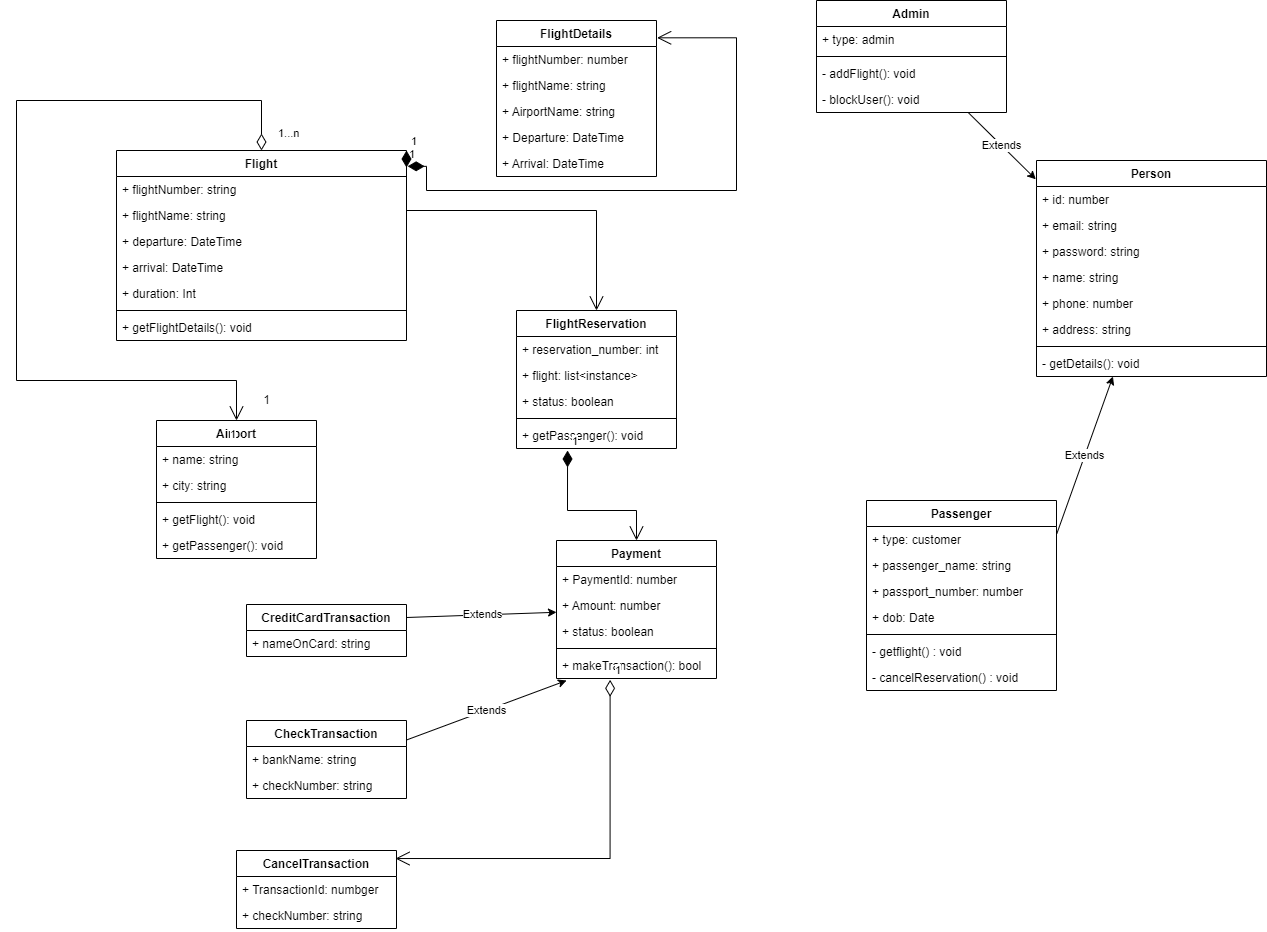
This is Java Core 11/AirlineReservationSystem.drawio.drawio.png from Ayu-Github07/Assignments, a draw.io export, as it was before one commit. Source tidied: cells renumbered, new cells last; positions are measured from the earlier drawing's top-left corner, leaving out a move shared by most shapes.
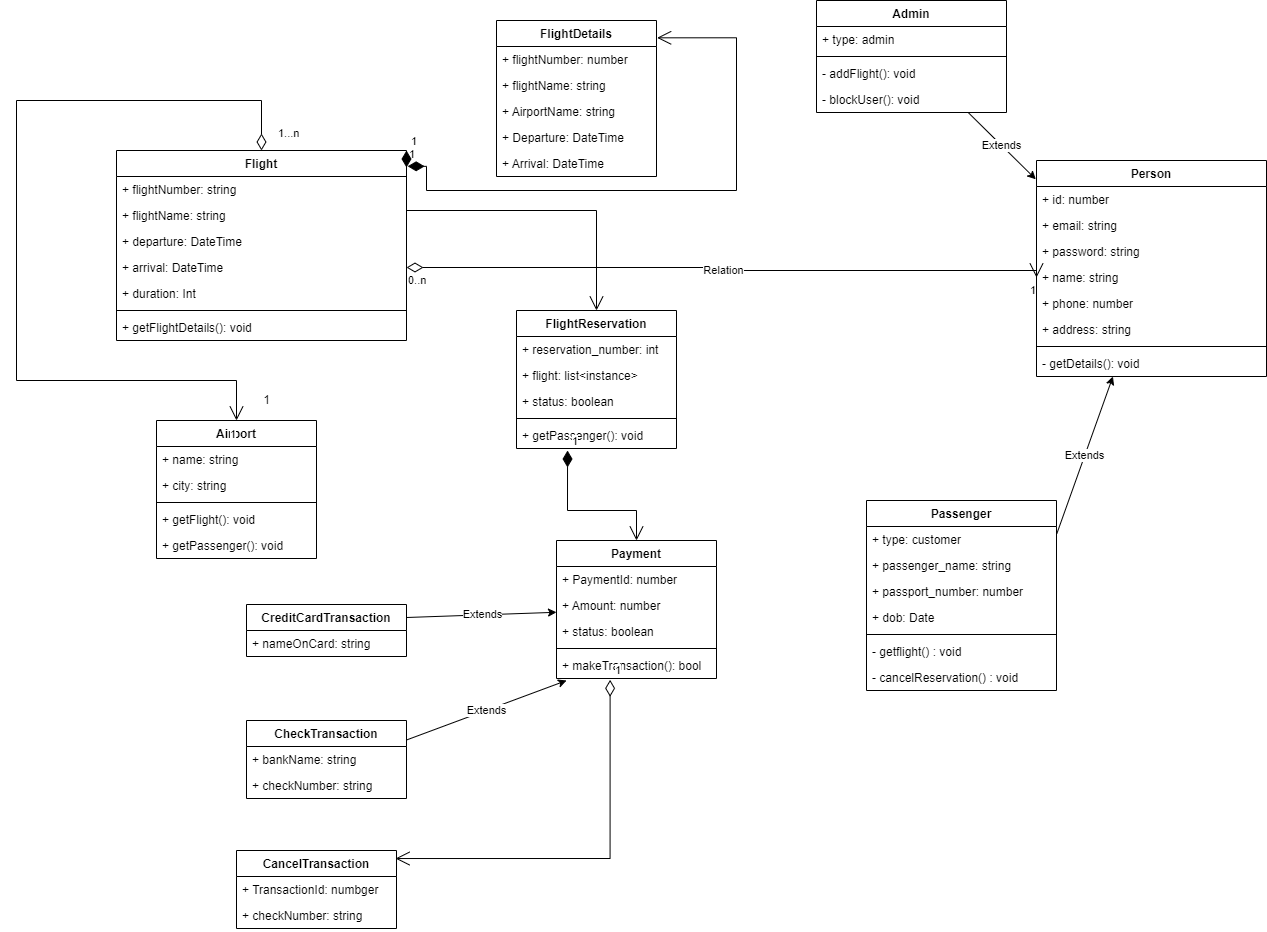
The same file after the commit.

What changed in the source:
```diff
@@ -253,5 +253,20 @@
         </Array>
       </mxGeometry>
     </mxCell>
+    <mxCell id="76" value="Relation" style="endArrow=open;html=1;endSize=12;startArrow=diamondThin;startSize=14;startFill=0;edgeStyle=orthogonalEdgeStyle;rounded=0;entryX=0;entryY=0.5;entryDx=0;entryDy=0;exitX=1;exitY=0.5;exitDx=0;exitDy=0;" parent="1" edge="1" source="30" target="6">
+      <mxGeometry relative="1" as="geometry">
+        <Array as="points">
+          <mxPoint x="705" y="267" />
+          <mxPoint x="705" y="270" />
+          <mxPoint x="1020" y="270" />
+        </Array>
+      </mxGeometry>
+    </mxCell>
+    <mxCell id="77" value="0..n" style="edgeLabel;html=1;align=left;verticalAlign=top;" parent="76" vertex="1">
+      <mxGeometry x="-1" relative="1" as="geometry" />
+    </mxCell>
+    <mxCell id="78" value="1" style="edgeLabel;html=1;align=right;verticalAlign=top;" parent="76" vertex="1">
+      <mxGeometry x="1" relative="1" as="geometry" />
+    </mxCell>
   </root>
 </mxGraphModel>
```
